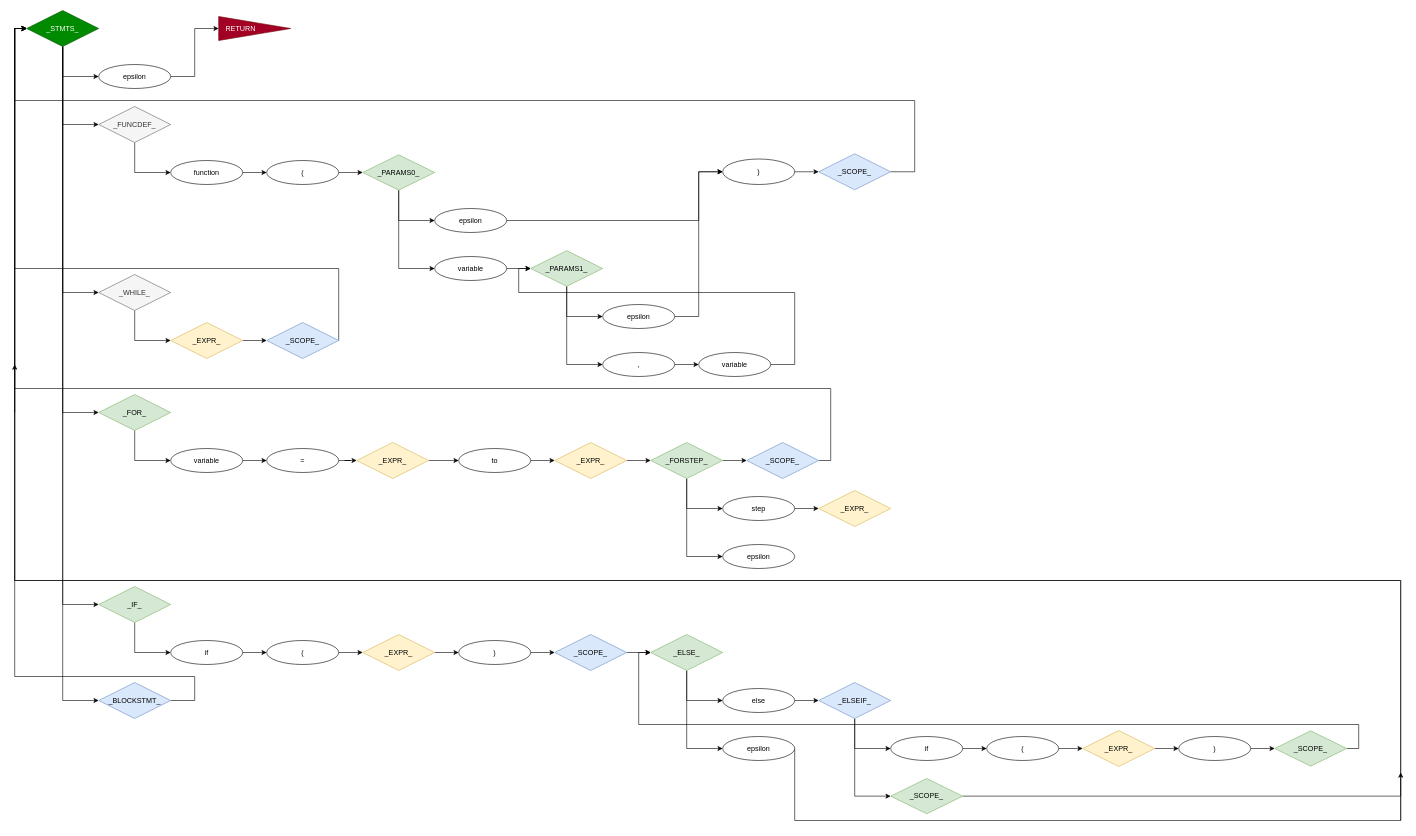
Above: page "_STMTS_" (2 of 8) of README/Grammar.drawio in ZacharyYGateley/Compiler (draw.io), before the change. Source tidied: cells renumbered, new cells numbered last; positions are measured from the earlier drawing's top-left corner, leaving out a move shared by most shapes. Both pictures are drawn from the tidied source at 60%, with x=0, y=0 at pixel (14, 10).
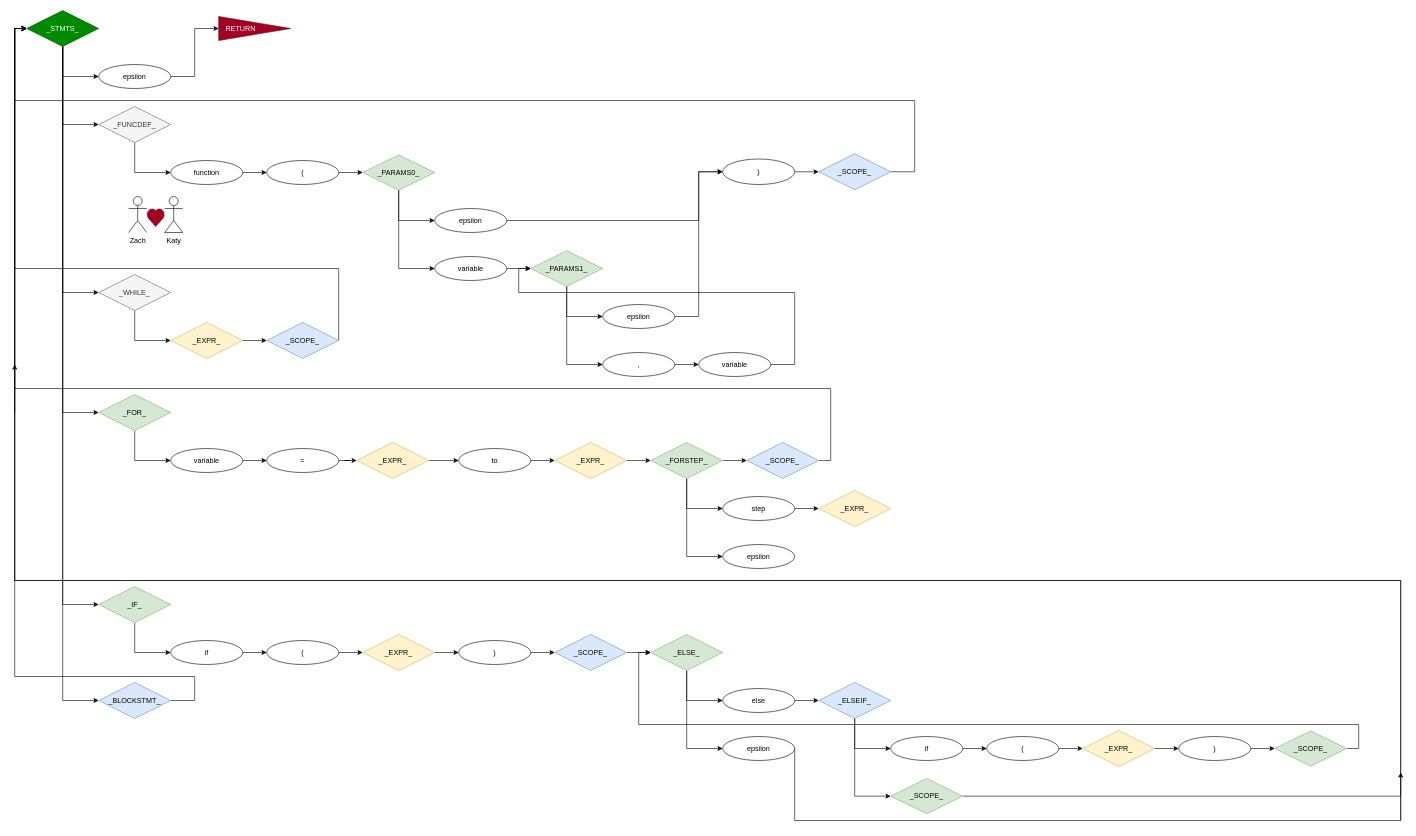
The same page after the edit.

What changed in the source:
```diff
@@
+    <mxCell id="104" value="Zach" style="shape=umlActor;verticalLabelPosition=bottom;labelBackgroundColor=#ffffff;verticalAlign=top;html=1;" parent="1" vertex="1">
+      <mxGeometry x="190" y="310" width="30" height="60" as="geometry" />
+    </mxCell>
+    <mxCell id="105" value="Katy" style="shape=umlActor;verticalLabelPosition=bottom;labelBackgroundColor=#ffffff;verticalAlign=top;html=1;outlineConnect=0;" parent="1" vertex="1">
+      <mxGeometry x="250" y="310" width="30" height="60" as="geometry" />
+    </mxCell>
+    <mxCell id="106" style="verticalLabelPosition=bottom;verticalAlign=top;html=1;shape=mxgraph.basic.heart;fillColor=#a20025;strokeColor=#6F0000;fontColor=#ffffff;" parent="1" vertex="1">
+      <mxGeometry x="220" y="330" width="30" height="30" as="geometry" />
+    </mxCell>
+    <mxCell id="107" style="endArrow=none;html=1;exitX=0;exitY=1;exitDx=0;exitDy=0;exitPerimeter=0;entryX=1;entryY=1;entryDx=0;entryDy=0;entryPerimeter=0;" parent="1" edge="1" source="105" target="105">
+      <mxGeometry relative="1" as="geometry" />
+    </mxCell>
```
